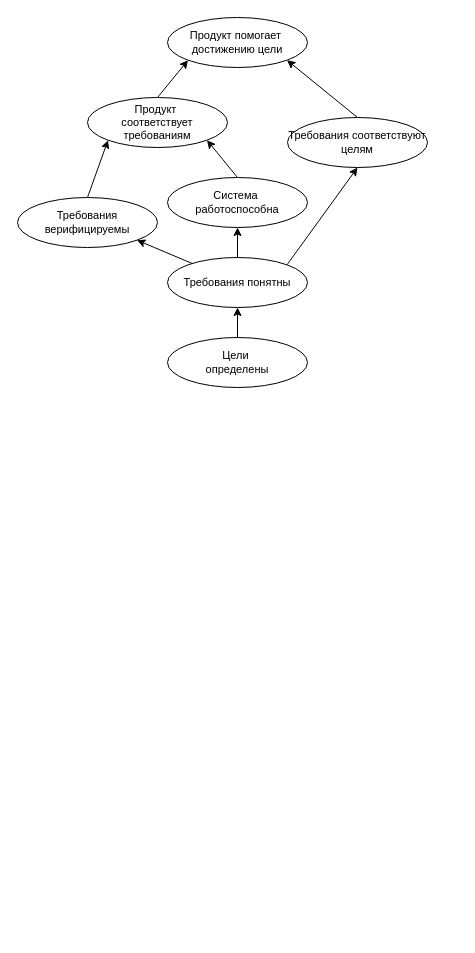
Above: conditions.drawio in chaetal/why-test-first (draw.io), before the change. Source tidied: cells renumbered, new cells numbered last; positions are measured from the earlier drawing's top-left corner, leaving out a move shared by most shapes. Both pictures are drawn from the tidied source at 100%, with x=0, y=0 at pixel (17, 17).
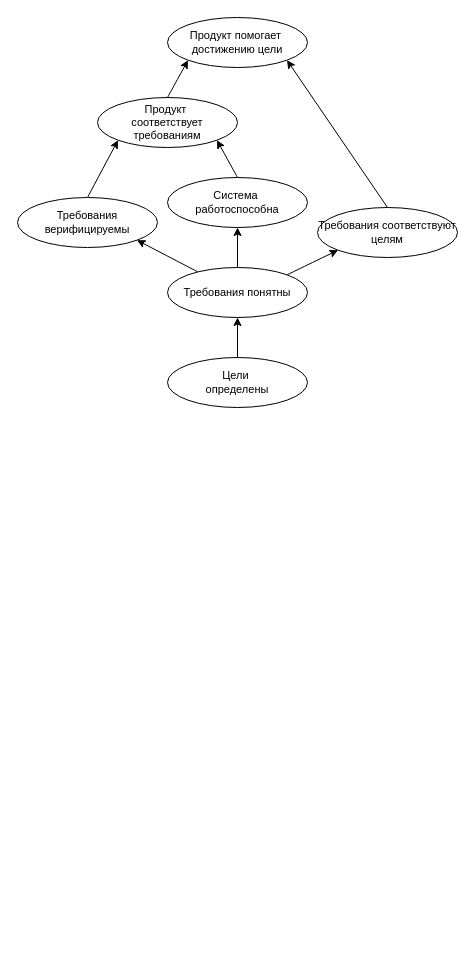
The same page after the edit.

The edit, as a diff of the source:
```diff
@@
 <mxGraphModel>
   <root>
     <mxCell id="0" />
     <mxCell id="1" parent="0" />
     <mxCell id="2" value="Продукт&amp;nbsp;&lt;div style=&quot;font-size: 11px;&quot;&gt;соответствует требованиям&lt;/div&gt;" style="ellipse;whiteSpace=wrap;html=1;fontSize=11;" parent="1" vertex="1">
-      <mxGeometry x="70" y="80" width="140" height="50" as="geometry" />
+      <mxGeometry x="80" y="80" width="140" height="50" as="geometry" />
     </mxCell>
     <mxCell id="3" style="rounded=0;jettySize=auto;html=1;entryX=1;entryY=1;entryDx=0;entryDy=0;curved=0;exitX=0.5;exitY=0;exitDx=0;exitDy=0;" parent="1" edge="1" source="4" target="9">
       <mxGeometry relative="1" as="geometry" />
     </mxCell>
     <mxCell id="4" value="Требования соответствуют целям" style="ellipse;whiteSpace=wrap;html=1;fontSize=11;" parent="1" vertex="1">
-      <mxGeometry x="270" y="100" width="140" height="50" as="geometry" />
+      <mxGeometry x="300" y="190" width="140" height="50" as="geometry" />
     </mxCell>
     <mxCell id="5" style="rounded=0;jettySize=auto;html=1;fontSize=11;curved=1;entryX=1;entryY=1;entryDx=0;entryDy=0;exitX=0.5;exitY=0;exitDx=0;exitDy=0;" parent="1" edge="1" source="13" target="2">
       <mxGeometry relative="1" as="geometry" />
     </mxCell>
     <mxCell id="6" style="rounded=0;jettySize=auto;html=1;exitX=0.5;exitY=0;exitDx=0;exitDy=0;entryX=0;entryY=1;entryDx=0;entryDy=0;fontSize=11;curved=1;" parent="1" edge="1" source="14" target="2">
       <mxGeometry relative="1" as="geometry" />
     </mxCell>
     <mxCell id="7" style="rounded=0;jettySize=auto;html=1;entryX=0.5;entryY=1;entryDx=0;entryDy=0;fontSize=11;" parent="1" edge="1" source="8" target="18">
       <mxGeometry relative="1" as="geometry" />
     </mxCell>
     <mxCell id="8" value="Цели&amp;nbsp;&lt;div style=&quot;font-size: 11px;&quot;&gt;&lt;span style=&quot;background-color: initial; font-size: 11px;&quot;&gt;определены&lt;/span&gt;&lt;/div&gt;" style="ellipse;whiteSpace=wrap;html=1;fontSize=11;" parent="1" vertex="1">
-      <mxGeometry x="150" y="320" width="140" height="50" as="geometry" />
+      <mxGeometry x="150" y="340" width="140" height="50" as="geometry" />
     </mxCell>
     <mxCell id="9" value="Продукт помогает&amp;nbsp;&lt;div style=&quot;font-size: 11px;&quot;&gt;достижению цели&lt;/div&gt;" style="ellipse;whiteSpace=wrap;html=1;fontSize=11;" parent="1" vertex="1">
       <mxGeometry x="150" width="140" height="50" as="geometry" />
     </mxCell>
     <mxCell id="10" style="endArrow=classic;html=1;rounded=0;exitX=0.5;exitY=0;exitDx=0;exitDy=0;entryX=0;entryY=1;entryDx=0;entryDy=0;fontSize=11;curved=1;" parent="1" edge="1" source="2" target="9">
       <mxGeometry relative="1" as="geometry" />
     </mxCell>
     <mxCell id="11" value="&lt;div&gt;&lt;br&gt;&lt;/div&gt;&lt;div&gt;&lt;br&gt;&lt;/div&gt;" style="edgeLabel;html=1;align=center;verticalAlign=middle;" parent="10" vertex="1">
       <mxGeometry y="2" relative="1" as="geometry" />
     </mxCell>
-    <mxCell id="12" style="edgeStyle=orthogonalEdgeStyle;rounded=0;orthogonalLoop=1;jettySize=auto;html=1;exitX=0.5;exitY=1;exitDx=0;exitDy=0;fontSize=11;" parent="1" edge="1">
-      <mxGeometry relative="1" as="geometry">
-        <mxPoint x="120" y="910" as="sourcePoint" />
-        <mxPoint x="120" y="910" as="targetPoint" />
-      </mxGeometry>
-    </mxCell>
     <mxCell id="13" value="Система&amp;nbsp;&lt;div&gt;работоспособна&lt;/div&gt;" style="ellipse;whiteSpace=wrap;html=1;fontSize=11;" parent="1" vertex="1">
       <mxGeometry x="150" y="160" width="140" height="50" as="geometry" />
     </mxCell>
     <mxCell id="14" value="Требования верифицируемы" style="ellipse;whiteSpace=wrap;html=1;fontSize=11;" parent="1" vertex="1">
       <mxGeometry y="180" width="140" height="50" as="geometry" />
     </mxCell>
     <mxCell id="15" style="rounded=0;jettySize=auto;html=1;entryX=1;entryY=1;entryDx=0;entryDy=0;curved=1;" parent="1" edge="1" source="18" target="14">
       <mxGeometry relative="1" as="geometry" />
     </mxCell>
-    <mxCell id="16" style="rounded=0;jettySize=auto;html=1;exitX=1;exitY=0;exitDx=0;exitDy=0;curved=1;entryX=0.5;entryY=1;entryDx=0;entryDy=0;" parent="1" edge="1" source="18" target="4">
+    <mxCell id="16" style="rounded=0;jettySize=auto;html=1;exitX=1;exitY=0;exitDx=0;exitDy=0;curved=1;entryX=0;entryY=1;entryDx=0;entryDy=0;" parent="1" edge="1" source="18" target="4">
       <mxGeometry relative="1" as="geometry" />
     </mxCell>
     <mxCell id="17" style="rounded=0;jettySize=auto;html=1;entryX=0.5;entryY=1;entryDx=0;entryDy=0;" parent="1" edge="1" source="18" target="13">
       <mxGeometry relative="1" as="geometry" />
     </mxCell>
     <mxCell id="18" value="Требования понятны" style="ellipse;whiteSpace=wrap;html=1;fontSize=11;" parent="1" vertex="1">
-      <mxGeometry x="150" y="240" width="140" height="50" as="geometry" />
+      <mxGeometry x="150" y="250" width="140" height="50" as="geometry" />
     </mxCell>
   </root>
 </mxGraphModel>
```
